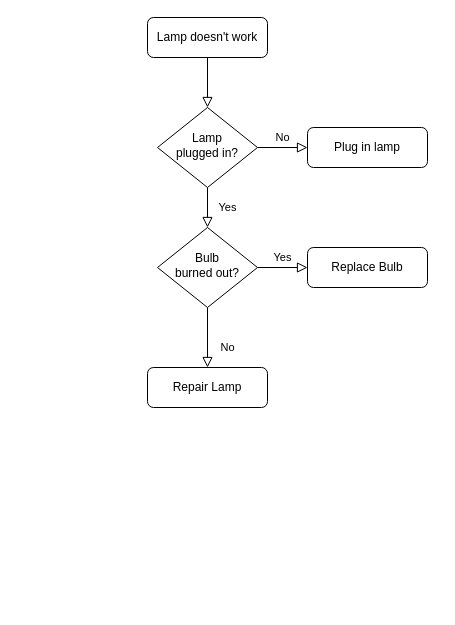
The draw.io diagram draft/mouseloop.drawio in AminSeffo/Micromouse, before the edit. Source tidied: cells renumbered, new cells numbered last; positions are measured from the earlier drawing's top-left corner, leaving out a move shared by most shapes. Both pictures are drawn from the tidied source at 100%, with x=0, y=0 at pixel (147, 17).
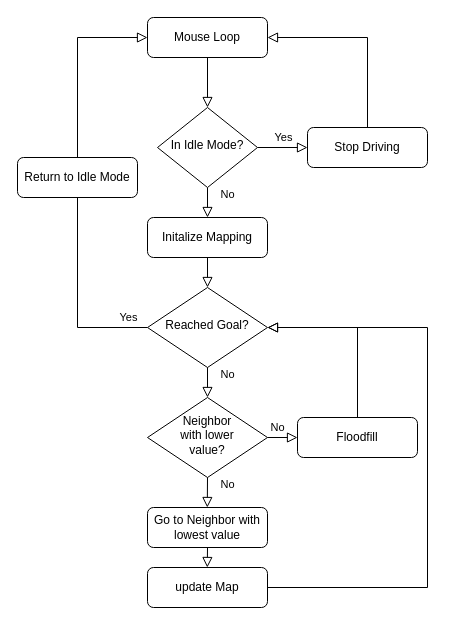
After the change.

What changed in the source:
```diff
@@
-    <mxCell id="3" value="Lamp doesn't work" style="rounded=1;whiteSpace=wrap;html=1;fontSize=12;glass=0;strokeWidth=1;shadow=0;" parent="1" vertex="1">
+    <mxCell id="3" value="Mouse Loop" style="rounded=1;whiteSpace=wrap;html=1;fontSize=12;glass=0;strokeWidth=1;shadow=0;" parent="1" vertex="1">
       <mxGeometry width="120" height="40" as="geometry" />
     </mxCell>
-    <mxCell id="4" value="Yes" style="rounded=0;html=1;jettySize=auto;fontSize=11;endArrow=block;endFill=0;endSize=8;strokeWidth=1;shadow=0;labelBackgroundColor=none;edgeStyle=orthogonalEdgeStyle;" parent="1" edge="1" source="6" target="10">
-      <mxGeometry y="20" relative="1" as="geometry" />
+    <mxCell id="4" value="No" style="rounded=0;html=1;jettySize=auto;fontSize=11;endArrow=block;endFill=0;endSize=8;strokeWidth=1;shadow=0;labelBackgroundColor=none;entryX=0.5;entryY=0;entryDx=0;entryDy=0;" parent="1" edge="1" source="6" target="14">
+      <mxGeometry x="-0.51" y="20" relative="1" as="geometry" />
     </mxCell>
-    <mxCell id="5" value="No" style="edgeStyle=orthogonalEdgeStyle;rounded=0;html=1;jettySize=auto;fontSize=11;endArrow=block;endFill=0;endSize=8;strokeWidth=1;shadow=0;labelBackgroundColor=none;" parent="1" edge="1" source="6" target="7">
-      <mxGeometry y="10" relative="1" as="geometry" />
+    <mxCell id="5" value="Yes" style="edgeStyle=orthogonalEdgeStyle;rounded=0;html=1;jettySize=auto;fontSize=11;endArrow=block;endFill=0;endSize=8;strokeWidth=1;shadow=0;labelBackgroundColor=none;" parent="1" edge="1" source="6" target="7">
+      <mxGeometry x="0.02" y="10" relative="1" as="geometry" />
     </mxCell>
-    <mxCell id="6" value="Lamp&lt;br&gt;plugged in?" style="rhombus;whiteSpace=wrap;html=1;shadow=0;fontFamily=Helvetica;fontSize=12;align=center;strokeWidth=1;spacing=6;spacingTop=-4;" parent="1" vertex="1">
+    <mxCell id="6" value="In Idle Mode?" style="rhombus;whiteSpace=wrap;html=1;shadow=0;fontFamily=Helvetica;fontSize=12;align=center;strokeWidth=1;spacing=6;spacingTop=-4;" parent="1" vertex="1">
       <mxGeometry x="10" y="90" width="100" height="80" as="geometry" />
     </mxCell>
+    <mxCell id="13" style="edgeStyle=orthogonalEdgeStyle;rounded=0;html=1;jettySize=auto;fontSize=11;endArrow=block;endFill=0;endSize=8;strokeWidth=1;shadow=0;labelBackgroundColor=none;" parent="1" edge="1" source="7" target="3">
+      <mxGeometry relative="1" as="geometry">
+        <Array as="points">
+          <mxPoint x="220" y="20" />
+        </Array>
+      </mxGeometry>
+    </mxCell>
-    <mxCell id="7" value="Plug in lamp" style="rounded=1;whiteSpace=wrap;html=1;fontSize=12;glass=0;strokeWidth=1;shadow=0;" parent="1" vertex="1">
+    <mxCell id="7" value="Stop Driving" style="rounded=1;whiteSpace=wrap;html=1;fontSize=12;glass=0;strokeWidth=1;shadow=0;" parent="1" vertex="1">
       <mxGeometry x="160" y="110" width="120" height="40" as="geometry" />
     </mxCell>
-    <mxCell id="8" value="No" style="rounded=0;html=1;jettySize=auto;fontSize=11;endArrow=block;endFill=0;endSize=8;strokeWidth=1;shadow=0;labelBackgroundColor=none;edgeStyle=orthogonalEdgeStyle;" parent="1" edge="1" source="10" target="11">
-      <mxGeometry x="0.33" y="20" relative="1" as="geometry" />
-    </mxCell>
+    <mxCell id="14" value="Initalize Mapping" style="rounded=1;whiteSpace=wrap;html=1;fontSize=12;glass=0;strokeWidth=1;shadow=0;" parent="1" vertex="1">
+      <mxGeometry y="200" width="120" height="40" as="geometry" />
+    </mxCell>
-    <mxCell id="9" value="Yes" style="edgeStyle=orthogonalEdgeStyle;rounded=0;html=1;jettySize=auto;fontSize=11;endArrow=block;endFill=0;endSize=8;strokeWidth=1;shadow=0;labelBackgroundColor=none;" parent="1" edge="1" source="10" target="12">
-      <mxGeometry y="10" relative="1" as="geometry" />
+    <mxCell id="9" value="Yes" style="rounded=0;html=1;jettySize=auto;fontSize=11;endArrow=block;endFill=0;endSize=8;strokeWidth=1;shadow=0;labelBackgroundColor=none;edgeStyle=orthogonalEdgeStyle;" parent="1" edge="1" source="15" target="3">
+      <mxGeometry x="-0.91" y="-10" relative="1" as="geometry">
+        <Array as="points">
+          <mxPoint x="-70" y="310" />
+          <mxPoint x="-70" y="20" />
+        </Array>
+      </mxGeometry>
     </mxCell>
-    <mxCell id="10" value="Bulb&lt;br&gt;burned out?" style="rhombus;whiteSpace=wrap;html=1;shadow=0;fontFamily=Helvetica;fontSize=12;align=center;strokeWidth=1;spacing=6;spacingTop=-4;" parent="1" vertex="1">
-      <mxGeometry x="10" y="210" width="100" height="80" as="geometry" />
-    </mxCell>
-    <mxCell id="11" value="Repair Lamp" style="rounded=1;whiteSpace=wrap;html=1;fontSize=12;glass=0;strokeWidth=1;shadow=0;" parent="1" vertex="1">
-      <mxGeometry y="350" width="120" height="40" as="geometry" />
-    </mxCell>
-    <mxCell id="12" value="Replace Bulb" style="rounded=1;whiteSpace=wrap;html=1;fontSize=12;glass=0;strokeWidth=1;shadow=0;" parent="1" vertex="1">
-      <mxGeometry x="160" y="230" width="120" height="40" as="geometry" />
-    </mxCell>
+    <mxCell id="15" value="Reached Goal?" style="rhombus;whiteSpace=wrap;html=1;shadow=0;fontFamily=Helvetica;fontSize=12;align=center;strokeWidth=1;spacing=6;spacingTop=-4;" parent="1" vertex="1">
+      <mxGeometry y="270" width="120" height="80" as="geometry" />
+    </mxCell>
+    <mxCell id="16" value="Neighbor &lt;br&gt;with lower &lt;br&gt;value?" style="rhombus;whiteSpace=wrap;html=1;shadow=0;fontFamily=Helvetica;fontSize=12;align=center;strokeWidth=1;spacing=6;spacingTop=-4;" parent="1" vertex="1">
+      <mxGeometry y="380" width="120" height="80" as="geometry" />
+    </mxCell>
+    <mxCell id="17" value="Floodfill" style="rounded=1;whiteSpace=wrap;html=1;fontSize=12;glass=0;strokeWidth=1;shadow=0;" parent="1" vertex="1">
+      <mxGeometry x="150" y="400" width="120" height="40" as="geometry" />
+    </mxCell>
+    <mxCell id="18" value="Go to Neighbor with lowest value" style="rounded=1;whiteSpace=wrap;html=1;fontSize=12;glass=0;strokeWidth=1;shadow=0;" parent="1" vertex="1">
+      <mxGeometry y="490" width="120" height="40" as="geometry" />
+    </mxCell>
+    <mxCell id="19" value="update Map" style="rounded=1;whiteSpace=wrap;html=1;fontSize=12;glass=0;strokeWidth=1;shadow=0;" parent="1" vertex="1">
+      <mxGeometry y="550" width="120" height="40" as="geometry" />
+    </mxCell>
+    <mxCell id="20" style="rounded=0;html=1;jettySize=auto;fontSize=11;endArrow=block;endFill=0;endSize=8;strokeWidth=1;shadow=0;labelBackgroundColor=none;edgeStyle=orthogonalEdgeStyle;entryX=0.5;entryY=0;entryDx=0;entryDy=0;exitX=0.5;exitY=1;exitDx=0;exitDy=0;" parent="1" edge="1" source="14" target="15">
+      <mxGeometry relative="1" as="geometry" />
+    </mxCell>
+    <mxCell id="21" value="No" style="rounded=0;html=1;jettySize=auto;fontSize=11;endArrow=block;endFill=0;endSize=8;strokeWidth=1;shadow=0;labelBackgroundColor=none;entryX=0.5;entryY=0;entryDx=0;entryDy=0;exitX=0.5;exitY=1;exitDx=0;exitDy=0;" parent="1" edge="1" source="15" target="16">
+      <mxGeometry x="-0.51" y="20" relative="1" as="geometry" />
+    </mxCell>
+    <mxCell id="22" value="No" style="rounded=0;html=1;jettySize=auto;fontSize=11;endArrow=block;endFill=0;endSize=8;strokeWidth=1;shadow=0;labelBackgroundColor=none;entryX=0;entryY=0.5;entryDx=0;entryDy=0;" parent="1" edge="1" source="16" target="17">
+      <mxGeometry x="-0.33" y="10" relative="1" as="geometry" />
+    </mxCell>
+    <mxCell id="23" value="No" style="rounded=0;html=1;jettySize=auto;fontSize=11;endArrow=block;endFill=0;endSize=8;strokeWidth=1;shadow=0;labelBackgroundColor=none;entryX=0.5;entryY=0;entryDx=0;entryDy=0;exitX=0.5;exitY=1;exitDx=0;exitDy=0;" parent="1" edge="1" source="16">
+      <mxGeometry x="-0.51" y="20" relative="1" as="geometry">
+        <mxPoint x="59.8" y="490" as="targetPoint" />
+      </mxGeometry>
+    </mxCell>
+    <mxCell id="24" style="rounded=0;html=1;jettySize=auto;orthogonalLoop=1;fontSize=11;endArrow=block;endFill=0;endSize=8;strokeWidth=1;shadow=0;labelBackgroundColor=none;entryX=0.5;entryY=0;entryDx=0;entryDy=0;" parent="1" edge="1">
+      <mxGeometry x="-0.52" y="20" relative="1" as="geometry">
+        <mxPoint x="60" y="530" as="sourcePoint" />
+        <mxPoint x="59.8" y="550" as="targetPoint" />
+      </mxGeometry>
+    </mxCell>
+    <mxCell id="25" style="rounded=0;html=1;jettySize=auto;fontSize=11;endArrow=block;endFill=0;endSize=8;strokeWidth=1;shadow=0;labelBackgroundColor=none;edgeStyle=orthogonalEdgeStyle;entryX=1;entryY=0.5;entryDx=0;entryDy=0;exitX=0.5;exitY=0;exitDx=0;exitDy=0;" parent="1" edge="1" source="17" target="15">
+      <mxGeometry relative="1" as="geometry" />
+    </mxCell>
+    <mxCell id="26" style="rounded=0;html=1;jettySize=auto;fontSize=11;endArrow=block;endFill=0;endSize=8;strokeWidth=1;shadow=0;labelBackgroundColor=none;edgeStyle=orthogonalEdgeStyle;entryX=1;entryY=0.5;entryDx=0;entryDy=0;exitX=1;exitY=0.5;exitDx=0;exitDy=0;" parent="1" edge="1" source="19" target="15">
+      <mxGeometry relative="1" as="geometry">
+        <Array as="points">
+          <mxPoint x="280" y="570" />
+          <mxPoint x="280" y="310" />
+        </Array>
+      </mxGeometry>
+    </mxCell>
+    <mxCell id="27" value="Return to Idle Mode" style="rounded=1;whiteSpace=wrap;html=1;fontSize=12;glass=0;strokeWidth=1;shadow=0;" parent="1" vertex="1">
+      <mxGeometry x="-130" y="140" width="120" height="40" as="geometry" />
+    </mxCell>
```
